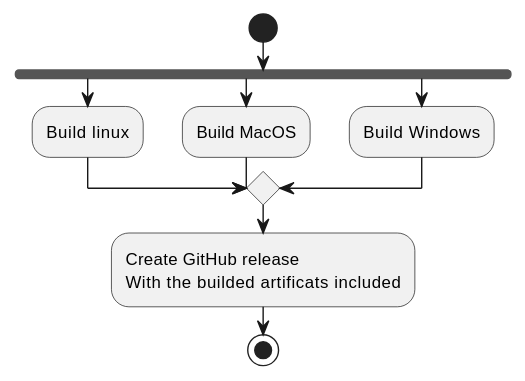
This is docs/images/build-release-workflow.svg from ITU-BDSA2024-GROUP17/Chirp, a PlantUML export, as it was before one commit.
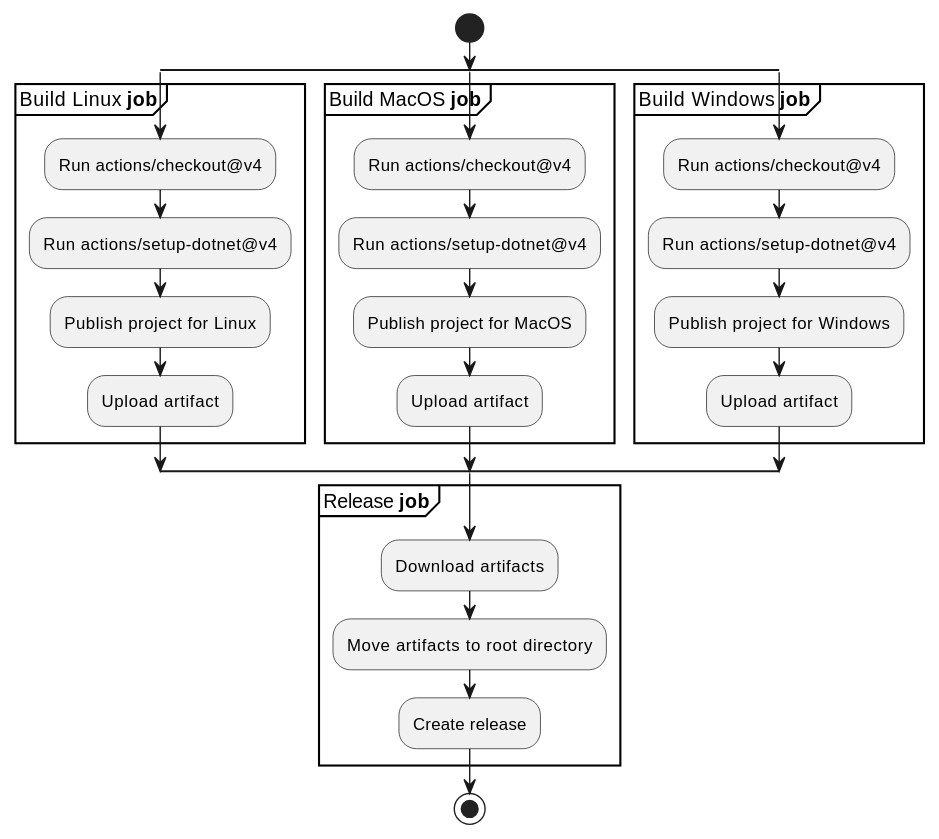
After the commit.

What changed in the source:
```diff
@@ -1,13 +1,31 @@
 @startuml
 start
-fork
-  :Build linux;
-fork again
-  :Build MacOS;
-fork again
-  :Build Windows;
-end merge
-:Create GitHub release
-With the builded artificats included;
+split
+    partition Build Linux **job** {
+        :Run actions/checkout@v4;
+        :Run actions/setup-dotnet@v4;
+        :Publish project for Linux;
+        :Upload artifact;
+    }
+split again
+    partition Build MacOS **job** {
+        :Run actions/checkout@v4;
+        :Run actions/setup-dotnet@v4;
+        :Publish project for MacOS;
+        :Upload artifact;
+    }
+split again
+    partition Build Windows **job** {
+        :Run actions/checkout@v4;
+        :Run actions/setup-dotnet@v4;
+        :Publish project for Windows;
+        :Upload artifact;
+    }
+end split
+partition Release **job** {
+    :Download artifacts;
+    :Move artifacts to root directory;
+    :Create release;
+}
 stop
 @enduml
```
